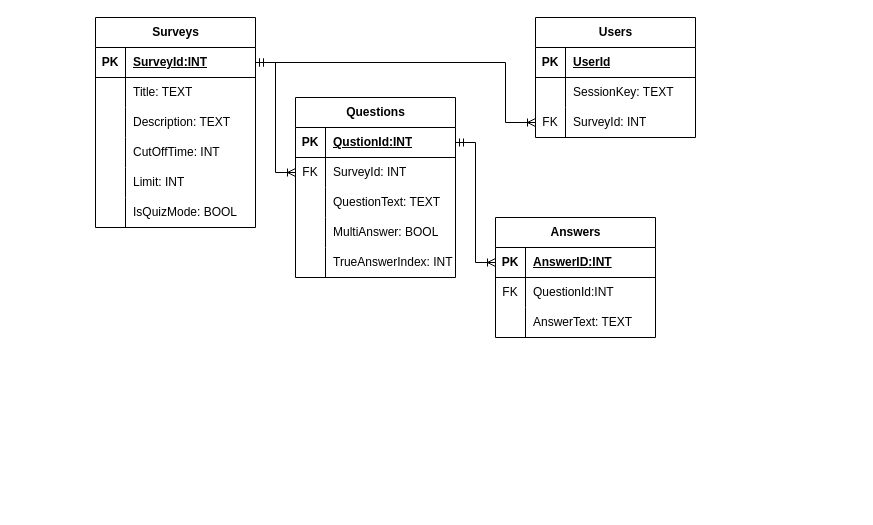
Earlier version of the draw.io diagram Documentation/ER.drawio (Wastalona/Q1TimeS). Source tidied: cells renumbered, new cells numbered last; positions are measured from the earlier drawing's top-left corner, leaving out a move shared by most shapes. Both pictures are drawn from the tidied source at 100%, with x=0, y=0 at pixel (95, 17).
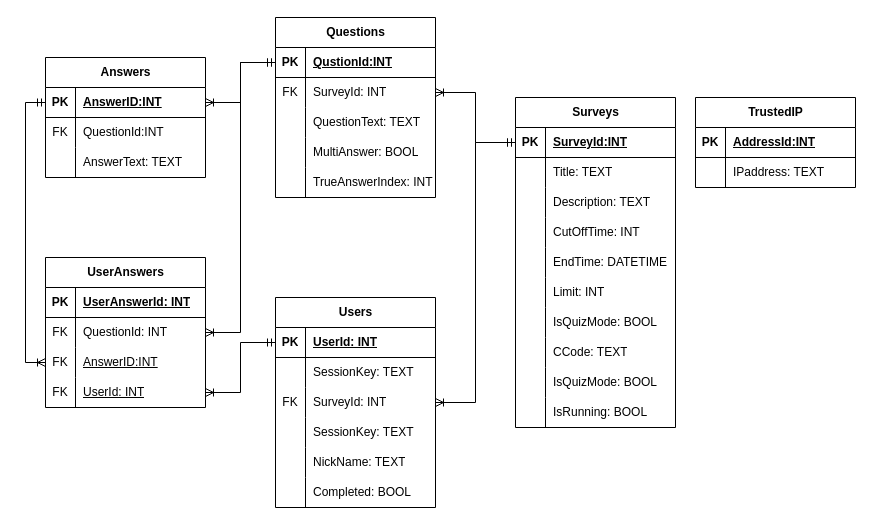
After the change.

The change refers to these unchanged cells:
```xml
<mxCell id="3" style="shape=tableRow;horizontal=0;startSize=0;swimlaneHead=0;swimlaneBody=0;fillColor=none;points=[[0,0.5],[1,0.5]];portConstraint=eastwest;top=0;left=0;right=0;bottom=1;" parent="2" vertex="1">
  <mxGeometry y="30" width="160" height="30" as="geometry" />
</mxCell>
<mxCell id="22" style="shape=tableRow;horizontal=0;startSize=0;swimlaneHead=0;swimlaneBody=0;fillColor=none;points=[[0,0.5],[1,0.5]];portConstraint=eastwest;top=0;left=0;right=0;bottom=1;" parent="21" vertex="1">
  <mxGeometry y="30" width="160" height="30" as="geometry" />
</mxCell>
<mxCell id="28" style="shape=tableRow;horizontal=0;startSize=0;swimlaneHead=0;swimlaneBody=0;fillColor=none;points=[[0,0.5],[1,0.5]];portConstraint=eastwest;top=0;left=0;right=0;bottom=0;" parent="21" vertex="1">
  <mxGeometry y="90" width="160" height="30" as="geometry" />
</mxCell>
<mxCell id="32" style="shape=tableRow;horizontal=0;startSize=0;swimlaneHead=0;swimlaneBody=0;fillColor=none;points=[[0,0.5],[1,0.5]];portConstraint=eastwest;top=0;left=0;right=0;bottom=1;" parent="31" vertex="1">
  <mxGeometry y="30" width="160" height="30" as="geometry" />
</mxCell>
<mxCell id="35" style="shape=tableRow;horizontal=0;startSize=0;swimlaneHead=0;swimlaneBody=0;fillColor=none;points=[[0,0.5],[1,0.5]];portConstraint=eastwest;top=0;left=0;right=0;bottom=0;" parent="31" vertex="1">
  <mxGeometry y="60" width="160" height="30" as="geometry" />
</mxCell>
<mxCell id="48" style="shape=tableRow;horizontal=0;startSize=0;swimlaneHead=0;swimlaneBody=0;fillColor=none;points=[[0,0.5],[1,0.5]];portConstraint=eastwest;top=0;left=0;right=0;bottom=1;" parent="47" vertex="1">
  <mxGeometry y="30" width="160" height="30" as="geometry" />
</mxCell>
```

Diff of the diagram source:
```diff
@@
     <mxCell id="2" value="Surveys" style="shape=table;startSize=30;childLayout=tableLayout;rowLines=0;fontStyle=1;align=center;html=1;" parent="1" vertex="1">
-      <mxGeometry width="160" height="210" as="geometry" />
+      <mxGeometry x="420" y="80" width="160" height="330" as="geometry" />
     </mxCell>
@@
+    <mxCell id="60" style="shape=tableRow;horizontal=0;startSize=0;swimlaneHead=0;swimlaneBody=0;fillColor=none;top=0;left=0;right=0;bottom=0;" parent="2" vertex="1">
+      <mxGeometry y="150" width="160" height="30" as="geometry" />
+    </mxCell>
+    <mxCell id="61" style="shape=partialRectangle;fillColor=none;top=0;left=0;bottom=0;right=0;overflow=hidden;whiteSpace=wrap;html=1;" parent="60" vertex="1">
+      <mxGeometry width="30" height="30" as="geometry" />
+    </mxCell>
+    <mxCell id="62" value="EndTime: DATETIME" style="shape=partialRectangle;fillColor=none;top=0;left=0;bottom=0;right=0;align=left;spacingLeft=6;overflow=hidden;whiteSpace=wrap;html=1;" parent="60" vertex="1">
+      <mxGeometry x="30" width="130" height="30" as="geometry" />
+    </mxCell>
     <mxCell id="15" style="shape=tableRow;horizontal=0;startSize=0;swimlaneHead=0;swimlaneBody=0;fillColor=none;top=0;left=0;right=0;bottom=0;" parent="2" vertex="1">
-      <mxGeometry y="150" width="160" height="30" as="geometry" />
+      <mxGeometry y="180" width="160" height="30" as="geometry" />
     </mxCell>
@@
     <mxCell id="18" style="shape=tableRow;horizontal=0;startSize=0;swimlaneHead=0;swimlaneBody=0;fillColor=none;top=0;left=0;right=0;bottom=0;" parent="2" vertex="1">
-      <mxGeometry y="180" width="160" height="30" as="geometry" />
+      <mxGeometry y="210" width="160" height="30" as="geometry" />
     </mxCell>
@@
+    <mxCell id="63" style="shape=tableRow;horizontal=0;startSize=0;swimlaneHead=0;swimlaneBody=0;fillColor=none;top=0;left=0;right=0;bottom=0;" parent="2" vertex="1">
+      <mxGeometry y="240" width="160" height="30" as="geometry" />
+    </mxCell>
+    <mxCell id="64" style="shape=partialRectangle;fillColor=none;top=0;left=0;bottom=0;right=0;overflow=hidden;whiteSpace=wrap;html=1;" parent="63" vertex="1">
+      <mxGeometry width="30" height="30" as="geometry" />
+    </mxCell>
+    <mxCell id="65" value="CCode: TEXT" style="shape=partialRectangle;fillColor=none;top=0;left=0;bottom=0;right=0;align=left;spacingLeft=6;overflow=hidden;whiteSpace=wrap;html=1;" parent="63" vertex="1">
+      <mxGeometry x="30" width="130" height="30" as="geometry" />
+    </mxCell>
+    <mxCell id="66" style="shape=tableRow;horizontal=0;startSize=0;swimlaneHead=0;swimlaneBody=0;fillColor=none;top=0;left=0;right=0;bottom=0;" parent="2" vertex="1">
+      <mxGeometry y="270" width="160" height="30" as="geometry" />
+    </mxCell>
+    <mxCell id="67" style="shape=partialRectangle;fillColor=none;top=0;left=0;bottom=0;right=0;overflow=hidden;whiteSpace=wrap;html=1;" parent="66" vertex="1">
+      <mxGeometry width="30" height="30" as="geometry" />
+    </mxCell>
+    <mxCell id="68" value="IsQuizMode: BOOL" style="shape=partialRectangle;fillColor=none;top=0;left=0;bottom=0;right=0;align=left;spacingLeft=6;overflow=hidden;whiteSpace=wrap;html=1;" parent="66" vertex="1">
+      <mxGeometry x="30" width="130" height="30" as="geometry" />
+    </mxCell>
+    <mxCell id="69" style="shape=tableRow;horizontal=0;startSize=0;swimlaneHead=0;swimlaneBody=0;fillColor=none;top=0;left=0;right=0;bottom=0;" parent="2" vertex="1">
+      <mxGeometry y="300" width="160" height="30" as="geometry" />
+    </mxCell>
+    <mxCell id="70" style="shape=partialRectangle;fillColor=none;top=0;left=0;bottom=0;right=0;overflow=hidden;whiteSpace=wrap;html=1;" parent="69" vertex="1">
+      <mxGeometry width="30" height="30" as="geometry" />
+    </mxCell>
+    <mxCell id="71" value="IsRunning: BOOL" style="shape=partialRectangle;fillColor=none;top=0;left=0;bottom=0;right=0;align=left;spacingLeft=6;overflow=hidden;whiteSpace=wrap;html=1;" parent="69" vertex="1">
+      <mxGeometry x="30" width="130" height="30" as="geometry" />
+    </mxCell>
     <mxCell id="21" value="Users" style="shape=table;startSize=30;childLayout=tableLayout;rowLines=0;fontStyle=1;align=center;html=1;" parent="1" vertex="1">
-      <mxGeometry x="440" width="160" height="120" as="geometry" />
+      <mxGeometry x="180" y="280" width="160" height="210" as="geometry" />
     </mxCell>
@@
-    <mxCell id="24" value="UserId" style="shape=partialRectangle;fillColor=none;top=0;left=0;bottom=0;right=0;align=left;spacingLeft=6;fontStyle=5;overflow=hidden;whiteSpace=wrap;html=1;" parent="22" vertex="1">
+    <mxCell id="24" value="UserId: INT" style="shape=partialRectangle;fillColor=none;top=0;left=0;bottom=0;right=0;align=left;spacingLeft=6;fontStyle=5;overflow=hidden;whiteSpace=wrap;html=1;" parent="22" vertex="1">
       <mxGeometry x="30" width="130" height="30" as="geometry" />
     </mxCell>
@@
+    <mxCell id="72" style="shape=tableRow;horizontal=0;startSize=0;swimlaneHead=0;swimlaneBody=0;fillColor=none;top=0;left=0;right=0;bottom=0;" parent="21" vertex="1">
+      <mxGeometry y="120" width="160" height="30" as="geometry" />
+    </mxCell>
+    <mxCell id="73" style="shape=partialRectangle;fillColor=none;top=0;left=0;bottom=0;right=0;overflow=hidden;whiteSpace=wrap;html=1;" parent="72" vertex="1">
+      <mxGeometry width="30" height="30" as="geometry" />
+    </mxCell>
+    <mxCell id="74" value="SessionKey: TEXT" style="shape=partialRectangle;fillColor=none;top=0;left=0;bottom=0;right=0;align=left;spacingLeft=6;overflow=hidden;whiteSpace=wrap;html=1;" parent="72" vertex="1">
+      <mxGeometry x="30" width="130" height="30" as="geometry" />
+    </mxCell>
+    <mxCell id="75" style="shape=tableRow;horizontal=0;startSize=0;swimlaneHead=0;swimlaneBody=0;fillColor=none;top=0;left=0;right=0;bottom=0;" parent="21" vertex="1">
+      <mxGeometry y="150" width="160" height="30" as="geometry" />
+    </mxCell>
+    <mxCell id="76" style="shape=partialRectangle;fillColor=none;top=0;left=0;bottom=0;right=0;overflow=hidden;whiteSpace=wrap;html=1;" parent="75" vertex="1">
+      <mxGeometry width="30" height="30" as="geometry" />
+    </mxCell>
+    <mxCell id="77" value="NickName: TEXT" style="shape=partialRectangle;fillColor=none;top=0;left=0;bottom=0;right=0;align=left;spacingLeft=6;overflow=hidden;whiteSpace=wrap;html=1;" parent="75" vertex="1">
+      <mxGeometry x="30" width="130" height="30" as="geometry" />
+    </mxCell>
+    <mxCell id="78" style="shape=tableRow;horizontal=0;startSize=0;swimlaneHead=0;swimlaneBody=0;fillColor=none;top=0;left=0;right=0;bottom=0;" parent="21" vertex="1">
+      <mxGeometry y="180" width="160" height="30" as="geometry" />
+    </mxCell>
+    <mxCell id="79" style="shape=partialRectangle;fillColor=none;top=0;left=0;bottom=0;right=0;overflow=hidden;whiteSpace=wrap;html=1;" parent="78" vertex="1">
+      <mxGeometry width="30" height="30" as="geometry" />
+    </mxCell>
+    <mxCell id="80" value="Completed: BOOL" style="shape=partialRectangle;fillColor=none;top=0;left=0;bottom=0;right=0;align=left;spacingLeft=6;overflow=hidden;whiteSpace=wrap;html=1;" parent="78" vertex="1">
+      <mxGeometry x="30" width="130" height="30" as="geometry" />
+    </mxCell>
     <mxCell id="31" value="Questions" style="shape=table;startSize=30;childLayout=tableLayout;rowLines=0;fontStyle=1;align=center;html=1;" parent="1" vertex="1">
-      <mxGeometry x="200" y="80" width="160" height="180" as="geometry" />
+      <mxGeometry x="180" width="160" height="180" as="geometry" />
     </mxCell>
@@
     <mxCell id="47" value="Answers" style="shape=table;startSize=30;childLayout=tableLayout;rowLines=0;fontStyle=1;align=center;html=1;" parent="1" vertex="1">
-      <mxGeometry x="400" y="200" width="160" height="120" as="geometry" />
+      <mxGeometry x="-50" y="40" width="160" height="120" as="geometry" />
     </mxCell>
@@
-    <mxCell id="57" style="edgeStyle=orthogonalEdgeStyle;fontSize=12;html=1;endArrow=ERoneToMany;rounded=0;entryX=0;entryY=0.5;entryDx=0;entryDy=0;exitX=1;exitY=0.5;exitDx=0;exitDy=0;startArrow=ERmandOne;startFill=0;" parent="1" edge="1" source="3" target="35">
+    <mxCell id="57" style="edgeStyle=orthogonalEdgeStyle;fontSize=12;html=1;endArrow=ERoneToMany;rounded=0;entryX=1;entryY=0.5;entryDx=0;entryDy=0;exitX=0;exitY=0.5;exitDx=0;exitDy=0;startArrow=ERmandOne;startFill=0;" parent="1" edge="1" source="3" target="35">
       <mxGeometry relative="1" as="geometry" />
     </mxCell>
-    <mxCell id="58" style="edgeStyle=orthogonalEdgeStyle;fontSize=12;html=1;endArrow=ERoneToMany;rounded=0;entryX=0;entryY=0.5;entryDx=0;entryDy=0;exitX=1;exitY=0.5;exitDx=0;exitDy=0;startArrow=ERmandOne;startFill=0;" parent="1" edge="1" source="32" target="48">
+    <mxCell id="58" style="edgeStyle=orthogonalEdgeStyle;fontSize=12;html=1;endArrow=ERoneToMany;rounded=0;entryX=1;entryY=0.5;entryDx=0;entryDy=0;exitX=0;exitY=0.5;exitDx=0;exitDy=0;startArrow=ERmandOne;startFill=0;" parent="1" edge="1" source="32" target="48">
       <mxGeometry relative="1" as="geometry" />
     </mxCell>
-    <mxCell id="59" style="edgeStyle=orthogonalEdgeStyle;fontSize=12;html=1;endArrow=ERoneToMany;rounded=0;entryX=0;entryY=0.5;entryDx=0;entryDy=0;exitX=1;exitY=0.5;exitDx=0;exitDy=0;startArrow=ERmandOne;startFill=0;" parent="1" edge="1" source="3" target="28">
+    <mxCell id="59" style="edgeStyle=orthogonalEdgeStyle;fontSize=12;html=1;endArrow=ERoneToMany;rounded=0;entryX=1;entryY=0.5;entryDx=0;entryDy=0;exitX=0;exitY=0.5;exitDx=0;exitDy=0;startArrow=ERmandOne;startFill=0;" parent="1" edge="1" source="3" target="28">
       <mxGeometry relative="1" as="geometry">
         <Array as="points">
-          <mxPoint x="410" y="45" />
-          <mxPoint x="410" y="105" />
+          <mxPoint x="380" y="125" />
+          <mxPoint x="380" y="385" />
         </Array>
       </mxGeometry>
     </mxCell>
+    <mxCell id="81" value="TrustedIP" style="shape=table;startSize=30;childLayout=tableLayout;rowLines=0;fontStyle=1;align=center;html=1;" parent="1" vertex="1">
+      <mxGeometry x="600" y="80" width="160" height="90" as="geometry" />
+    </mxCell>
+    <mxCell id="82" style="shape=tableRow;horizontal=0;startSize=0;swimlaneHead=0;swimlaneBody=0;fillColor=none;top=0;left=0;right=0;bottom=1;" parent="81" vertex="1">
+      <mxGeometry y="30" width="160" height="30" as="geometry" />
+    </mxCell>
+    <mxCell id="83" value="PK" style="shape=partialRectangle;fillColor=none;top=0;left=0;bottom=0;right=0;fontStyle=1;overflow=hidden;whiteSpace=wrap;html=1;" parent="82" vertex="1">
+      <mxGeometry width="30" height="30" as="geometry" />
+    </mxCell>
+    <mxCell id="84" value="AddressId:INT" style="shape=partialRectangle;fillColor=none;top=0;left=0;bottom=0;right=0;align=left;spacingLeft=6;fontStyle=5;overflow=hidden;whiteSpace=wrap;html=1;" parent="82" vertex="1">
+      <mxGeometry x="30" width="130" height="30" as="geometry" />
+    </mxCell>
+    <mxCell id="85" style="shape=tableRow;horizontal=0;startSize=0;swimlaneHead=0;swimlaneBody=0;fillColor=none;top=0;left=0;right=0;bottom=0;" parent="81" vertex="1">
+      <mxGeometry y="60" width="160" height="30" as="geometry" />
+    </mxCell>
+    <mxCell id="86" style="shape=partialRectangle;fillColor=none;top=0;left=0;bottom=0;right=0;overflow=hidden;whiteSpace=wrap;html=1;" parent="85" vertex="1">
+      <mxGeometry width="30" height="30" as="geometry" />
+    </mxCell>
+    <mxCell id="87" value="IPaddress: TEXT" style="shape=partialRectangle;fillColor=none;top=0;left=0;bottom=0;right=0;align=left;spacingLeft=6;overflow=hidden;whiteSpace=wrap;html=1;" parent="85" vertex="1">
+      <mxGeometry x="30" width="130" height="30" as="geometry" />
+    </mxCell>
+    <mxCell id="88" value="UserAnswers" style="shape=table;startSize=30;childLayout=tableLayout;rowLines=0;fontStyle=1;align=center;html=1;" parent="1" vertex="1">
+      <mxGeometry x="-50" y="240" width="160" height="150" as="geometry" />
+    </mxCell>
+    <mxCell id="89" style="shape=tableRow;horizontal=0;startSize=0;swimlaneHead=0;swimlaneBody=0;fillColor=none;top=0;left=0;right=0;bottom=1;" parent="88" vertex="1">
+      <mxGeometry y="30" width="160" height="30" as="geometry" />
+    </mxCell>
+    <mxCell id="90" value="PK" style="shape=partialRectangle;fillColor=none;top=0;left=0;bottom=0;right=0;fontStyle=1;overflow=hidden;whiteSpace=wrap;html=1;" parent="89" vertex="1">
+      <mxGeometry width="30" height="30" as="geometry" />
+    </mxCell>
+    <mxCell id="91" value="UserAnswerId: INT" style="shape=partialRectangle;fillColor=none;top=0;left=0;bottom=0;right=0;align=left;spacingLeft=6;fontStyle=5;overflow=hidden;whiteSpace=wrap;html=1;" parent="89" vertex="1">
+      <mxGeometry x="30" width="130" height="30" as="geometry" />
+    </mxCell>
+    <mxCell id="92" style="shape=tableRow;horizontal=0;startSize=0;swimlaneHead=0;swimlaneBody=0;fillColor=none;points=[[0,0.5],[1,0.5]];portConstraint=eastwest;top=0;left=0;right=0;bottom=0;" parent="88" vertex="1">
+      <mxGeometry y="60" width="160" height="30" as="geometry" />
+    </mxCell>
+    <mxCell id="93" value="FK" style="shape=partialRectangle;fillColor=none;top=0;left=0;bottom=0;right=0;overflow=hidden;whiteSpace=wrap;html=1;" parent="92" vertex="1">
+      <mxGeometry width="30" height="30" as="geometry" />
+    </mxCell>
+    <mxCell id="94" value="QuestionId: INT" style="shape=partialRectangle;fillColor=none;top=0;left=0;bottom=0;right=0;align=left;spacingLeft=6;overflow=hidden;whiteSpace=wrap;html=1;" parent="92" vertex="1">
+      <mxGeometry x="30" width="130" height="30" as="geometry" />
+    </mxCell>
+    <mxCell id="95" style="shape=tableRow;horizontal=0;startSize=0;swimlaneHead=0;swimlaneBody=0;fillColor=none;points=[[0,0.5],[1,0.5]];portConstraint=eastwest;top=0;left=0;right=0;bottom=0;" parent="88" vertex="1">
+      <mxGeometry y="90" width="160" height="30" as="geometry" />
+    </mxCell>
+    <mxCell id="96" value="FK" style="shape=partialRectangle;fillColor=none;top=0;left=0;bottom=0;right=0;overflow=hidden;whiteSpace=wrap;html=1;" parent="95" vertex="1">
+      <mxGeometry width="30" height="30" as="geometry" />
+    </mxCell>
+    <mxCell id="97" value="&lt;span style=&quot;text-decoration-line: underline;&quot;&gt;AnswerID:INT&lt;/span&gt;" style="shape=partialRectangle;fillColor=none;top=0;left=0;bottom=0;right=0;align=left;spacingLeft=6;overflow=hidden;whiteSpace=wrap;html=1;" parent="95" vertex="1">
+      <mxGeometry x="30" width="130" height="30" as="geometry" />
+    </mxCell>
+    <mxCell id="98" style="shape=tableRow;horizontal=0;startSize=0;swimlaneHead=0;swimlaneBody=0;fillColor=none;points=[[0,0.5],[1,0.5]];portConstraint=eastwest;top=0;left=0;right=0;bottom=0;" parent="88" vertex="1">
+      <mxGeometry y="120" width="160" height="30" as="geometry" />
+    </mxCell>
+    <mxCell id="99" value="FK" style="shape=partialRectangle;fillColor=none;top=0;left=0;bottom=0;right=0;overflow=hidden;whiteSpace=wrap;html=1;" parent="98" vertex="1">
+      <mxGeometry width="30" height="30" as="geometry" />
+    </mxCell>
+    <mxCell id="100" value="&lt;span style=&quot;text-decoration-line: underline;&quot;&gt;UserId: INT&lt;/span&gt;" style="shape=partialRectangle;fillColor=none;top=0;left=0;bottom=0;right=0;align=left;spacingLeft=6;overflow=hidden;whiteSpace=wrap;html=1;" parent="98" vertex="1">
+      <mxGeometry x="30" width="130" height="30" as="geometry" />
+    </mxCell>
+    <mxCell id="101" style="edgeStyle=orthogonalEdgeStyle;fontSize=12;html=1;endArrow=ERoneToMany;rounded=0;entryX=0;entryY=0.5;entryDx=0;entryDy=0;exitX=0;exitY=0.5;exitDx=0;exitDy=0;startArrow=ERmandOne;startFill=0;" parent="1" edge="1" source="48" target="95">
+      <mxGeometry relative="1" as="geometry">
+        <Array as="points">
+          <mxPoint x="-70" y="85" />
+          <mxPoint x="-70" y="345" />
+        </Array>
+      </mxGeometry>
+    </mxCell>
+    <mxCell id="102" style="edgeStyle=orthogonalEdgeStyle;fontSize=12;html=1;endArrow=ERoneToMany;rounded=0;entryX=1;entryY=0.5;entryDx=0;entryDy=0;exitX=0;exitY=0.5;exitDx=0;exitDy=0;startArrow=ERmandOne;startFill=0;" parent="1" edge="1" source="22" target="98">
+      <mxGeometry relative="1" as="geometry" />
+    </mxCell>
+    <mxCell id="103" style="edgeStyle=orthogonalEdgeStyle;fontSize=12;html=1;endArrow=ERoneToMany;rounded=0;entryX=1;entryY=0.5;entryDx=0;entryDy=0;exitX=0;exitY=0.5;exitDx=0;exitDy=0;startArrow=ERmandOne;startFill=0;" parent="1" edge="1" source="32" target="92">
+      <mxGeometry relative="1" as="geometry" />
+    </mxCell>
```
